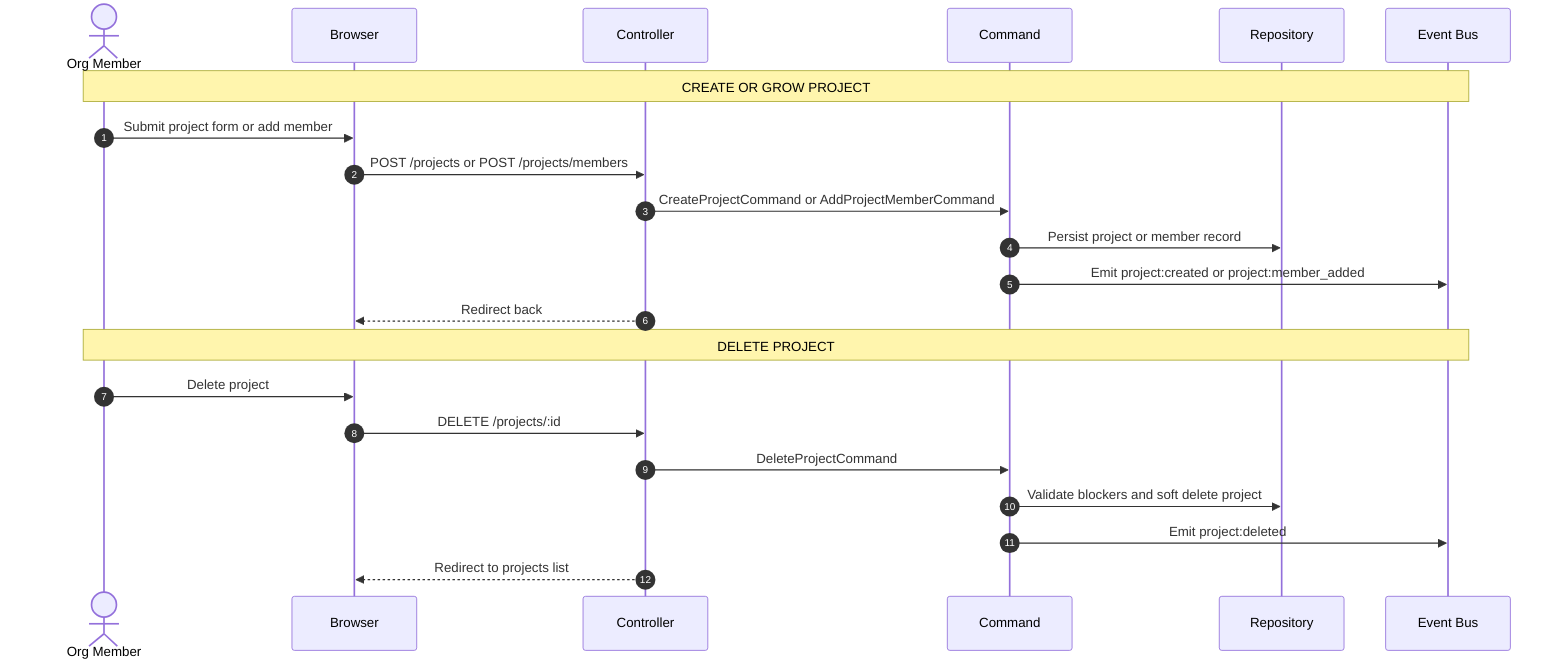
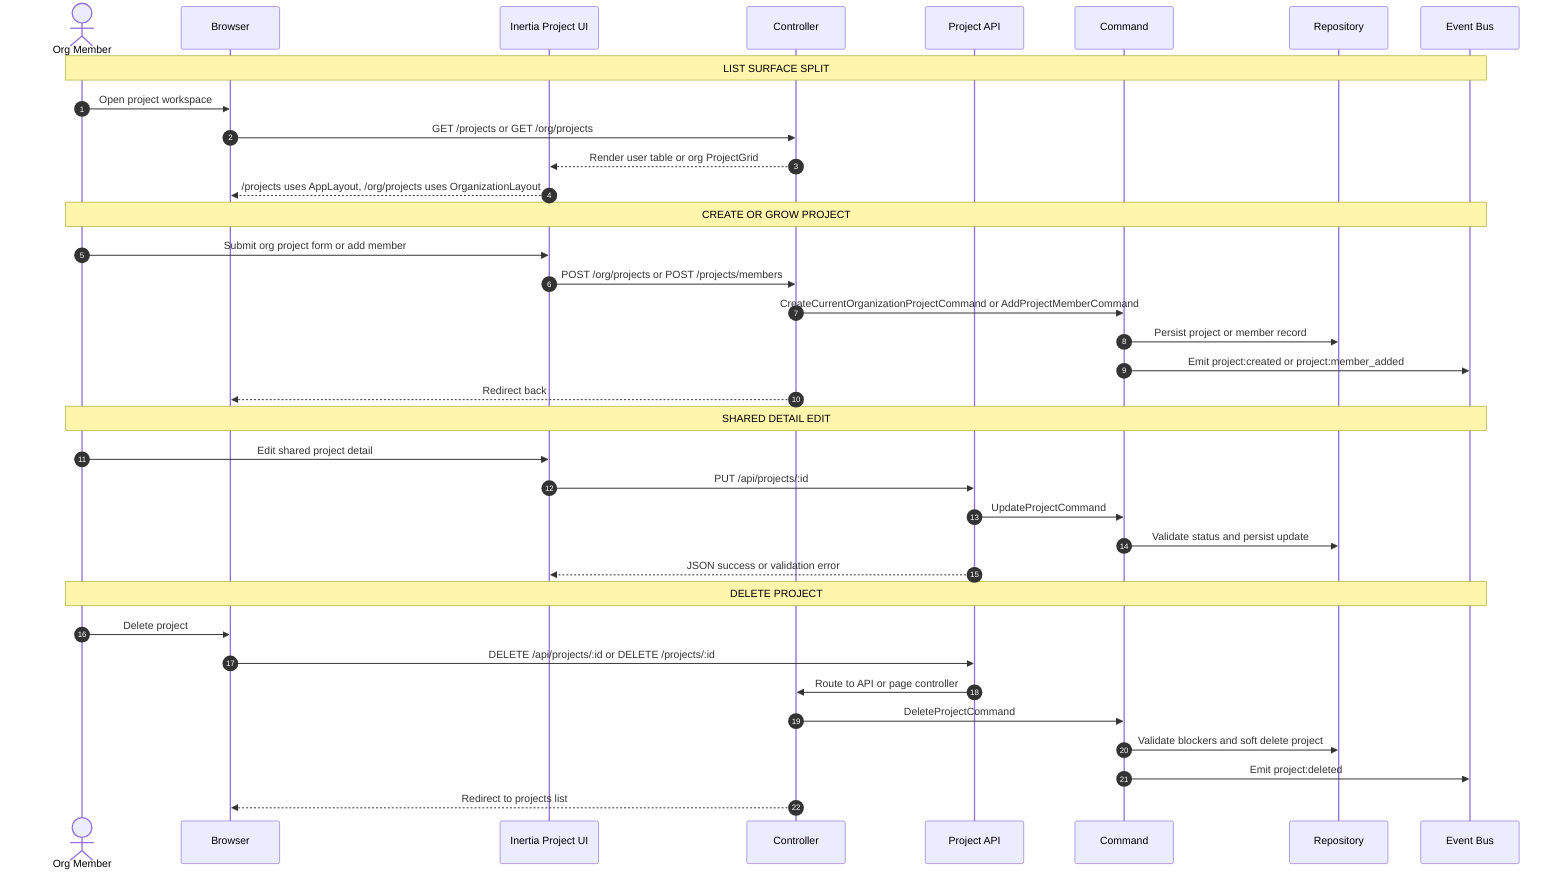
%% seq_08_project_management.mmd
- %% Updated 2026-05-18.
- %% Scope: Project management overview.
+ %% Updated 2026-06-16.
+ %% Scope: Project management overview across user and organization surfaces.
%% Detail files:
%%   - seq_08a_project_create_member_add.mmd
%%   - seq_08b_project_delete.mmd
%% Note:
%%   - TransferProjectOwnershipCommand exists but no route is wired, so it is omitted here.

sequenceDiagram
    autonumber
    actor U as Org Member
    participant B as Browser
+     participant UI as Inertia Project UI
    participant C as Controller
+     participant API as Project API
    participant Cmd as Command
    participant Repo as Repository
    participant Evt as Event Bus

+     Note over U, Evt: LIST SURFACE SPLIT
+     U->>B: Open project workspace
+     B->>C: GET /projects or GET /org/projects
+     C-->>UI: Render user table or org ProjectGrid
+     UI-->>B: /projects uses AppLayout, /org/projects uses OrganizationLayout
+ 
    Note over U, Evt: CREATE OR GROW PROJECT
-     U->>B: Submit project form or add member
-     B->>C: POST /projects or POST /projects/members
-     C->>Cmd: CreateProjectCommand or AddProjectMemberCommand
+     U->>UI: Submit org project form or add member
+     UI->>C: POST /org/projects or POST /projects/members
+     C->>Cmd: CreateCurrentOrganizationProjectCommand or AddProjectMemberCommand
    Cmd->>Repo: Persist project or member record
    Cmd->>Evt: Emit project:created or project:member_added
    C-->>B: Redirect back

+     Note over U, Evt: SHARED DETAIL EDIT
+     U->>UI: Edit shared project detail
+     UI->>API: PUT /api/projects/:id
+     API->>Cmd: UpdateProjectCommand
+     Cmd->>Repo: Validate status and persist update
+     API-->>UI: JSON success or validation error
+ 
    Note over U, Evt: DELETE PROJECT
    U->>B: Delete project
-     B->>C: DELETE /projects/:id
+     B->>API: DELETE /api/projects/:id or DELETE /projects/:id
+     API->>C: Route to API or page controller
    C->>Cmd: DeleteProjectCommand
    Cmd->>Repo: Validate blockers and soft delete project
    Cmd->>Evt: Emit project:deleted
    C-->>B: Redirect to projects list
